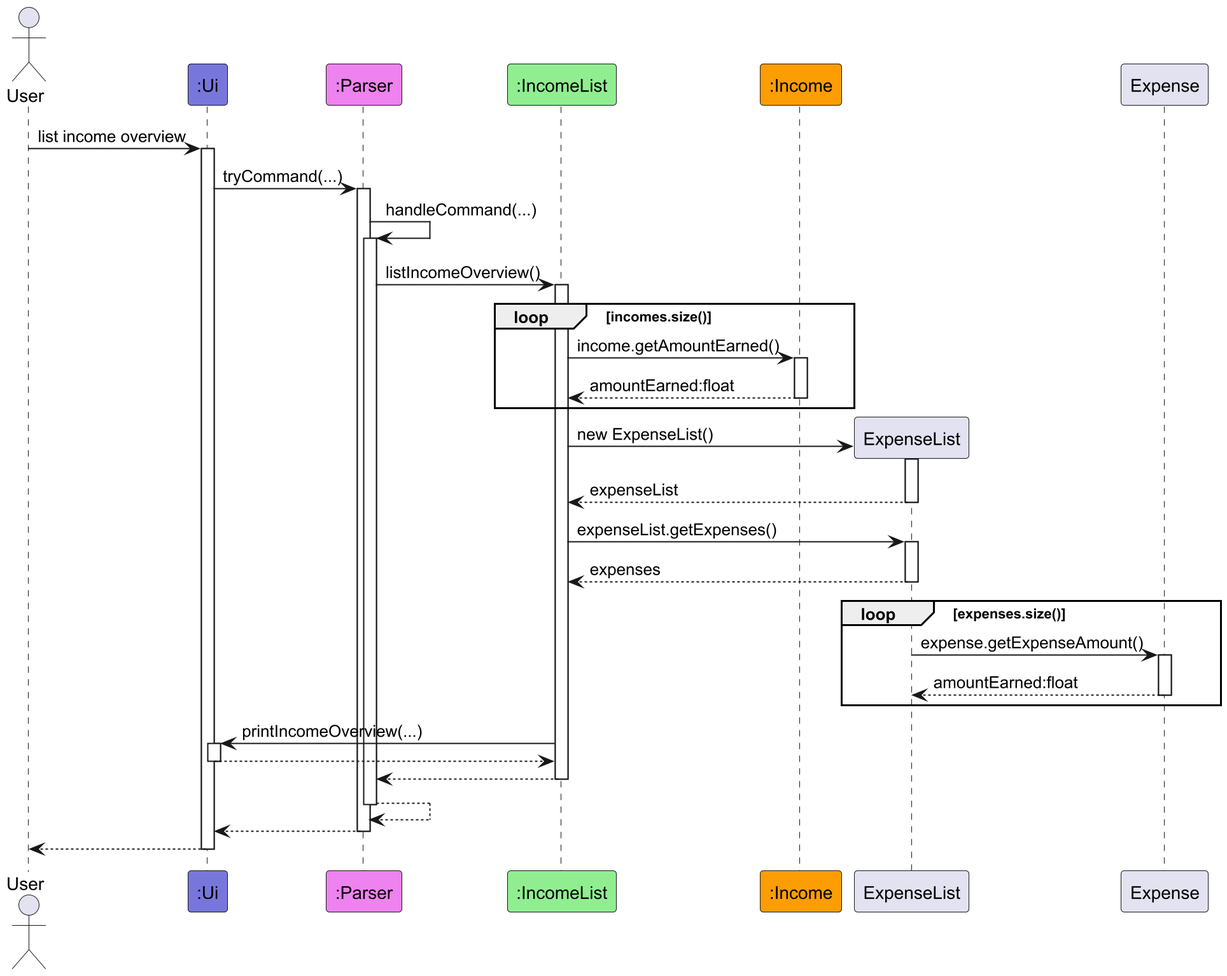
The PlantUML diagram docs/diagrams/income/ListIncomeOverviewSequenceDiagram.png in AY2526S1-CS2113-T10-1/tp, before a commit. Its source is kept beside it as docs/diagrams/uml/income/ListIncomeOverviewSequenceDiagram.puml.
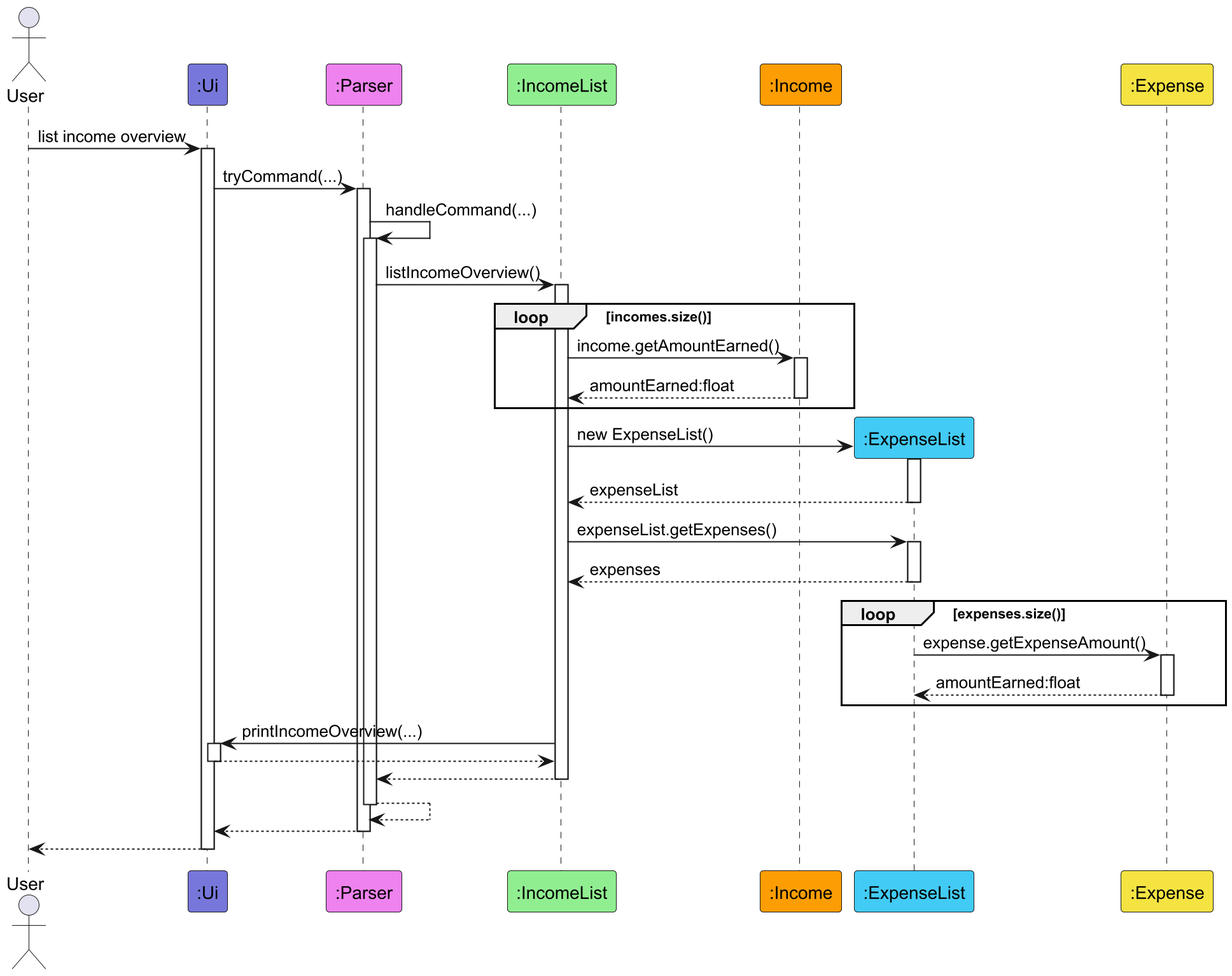
Later version of the same file.

Commit message:
Update ListIncomeOverviewSequenceDiagram Add new colours in style.puml

The edit, as a diff of the source:
```diff
@@ -7,6 +7,8 @@
 participant ":Parser" as Parser LOGIC_COLOR_T2
 participant ":IncomeList" as IncomeList LOGIC_COLOR_T3
 participant ":Income" as Income LOGIC_COLOR_T4
+participant ":ExpenseList" as ExpenseList LOGIC_COLOR_T5
+participant ":Expense" as Expense LOGIC_COLOR_T6
 
 User -> Ui ++: list income overview
 
```
